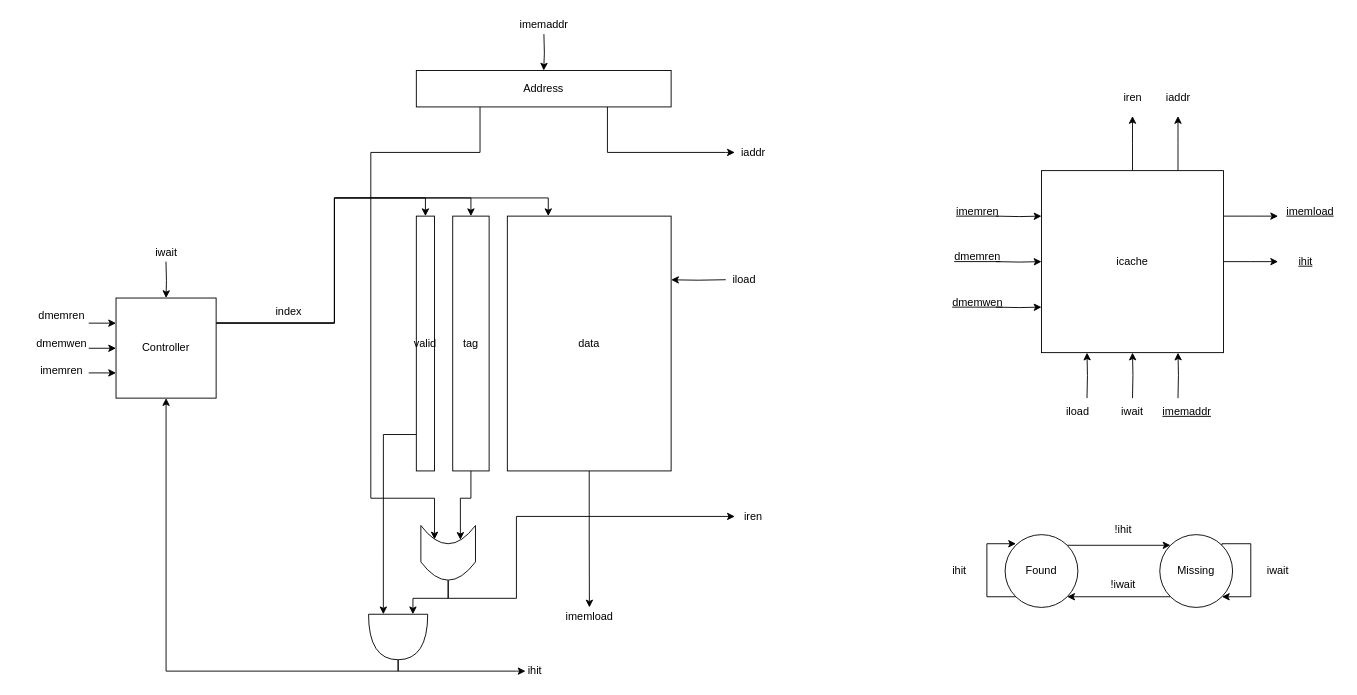
Before: page "Page-1" (1 of 2) of Caches.drawio in dsrasheed/ece437, a draw.io diagram. Source tidied: cells renumbered, new cells numbered last; positions are measured from the earlier drawing's top-left corner, leaving out a move shared by most shapes. Both pictures are drawn from the tidied source at 91%, with x=0, y=0 at pixel (29, 15).
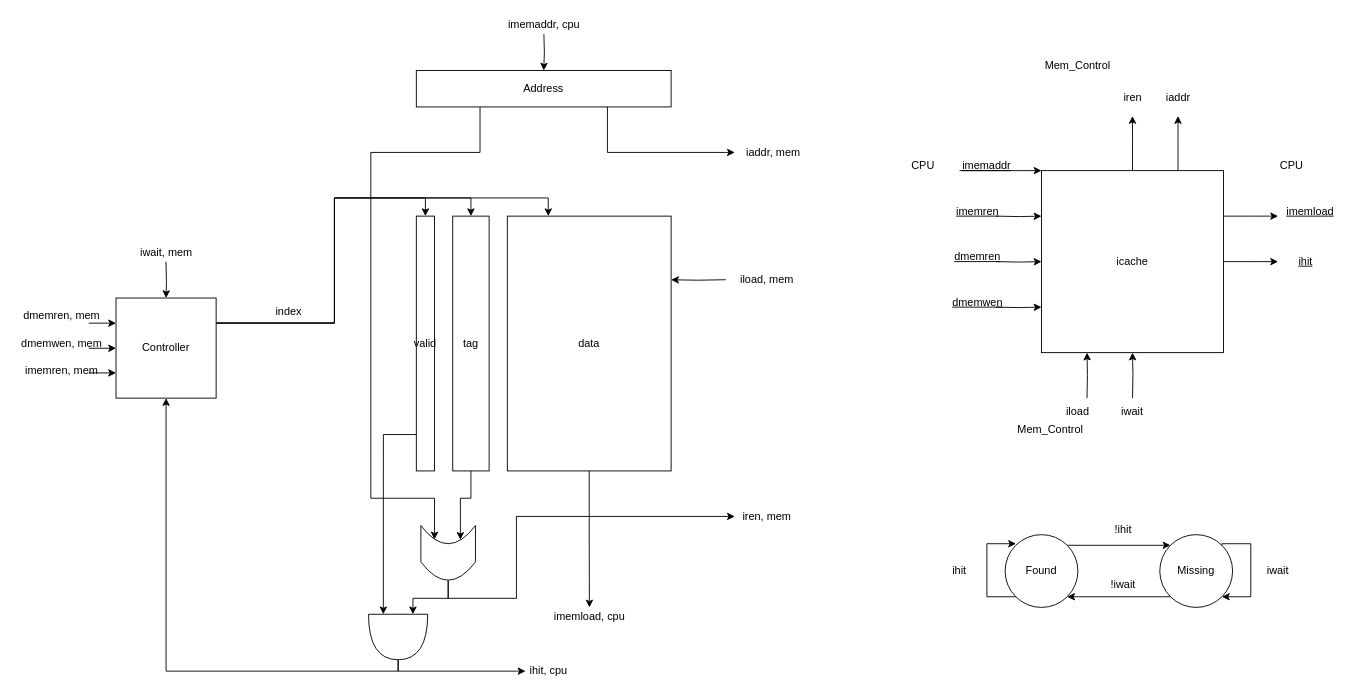
The same page after the edit.

The change refers to these unchanged cells:
```xml
<mxCell id="12" value="icache" style="whiteSpace=wrap;html=1;" parent="1" vertex="1">
  <mxGeometry x="1112" y="170" width="200" height="200" as="geometry" />
</mxCell>
```

What changed in the source:
```diff
@@
-    <mxCell id="7" style="edgeStyle=orthogonalEdgeStyle;rounded=0;jettySize=auto;html=1;exitX=0.75;exitY=1;exitDx=0;exitDy=0;entryX=0.75;entryY=1;entryDx=0;entryDy=0;" parent="1" edge="1" target="12">
-      <mxGeometry relative="1" as="geometry">
-        <mxPoint x="1262" y="420" as="sourcePoint" />
-      </mxGeometry>
-    </mxCell>
@@
+    <mxCell id="69" style="edgeStyle=orthogonalEdgeStyle;rounded=0;jettySize=auto;html=1;exitX=0;exitY=0;exitDx=0;exitDy=0;entryX=0;entryY=0;entryDx=0;entryDy=0;" parent="1" edge="1" target="12">
+      <mxGeometry relative="1" as="geometry">
+        <mxPoint x="1022" y="170" as="sourcePoint" />
+        <Array as="points">
+          <mxPoint x="1092" y="170" />
+          <mxPoint x="1092" y="170" />
+        </Array>
+      </mxGeometry>
+    </mxCell>
@@
     <mxCell id="18" value="&lt;u&gt;imemaddr&lt;/u&gt;" style="text;html=1;strokeColor=none;fillColor=none;align=center;verticalAlign=middle;whiteSpace=wrap;rounded=0;" parent="1" vertex="1">
-      <mxGeometry x="1242" y="420" width="60" height="30" as="geometry" />
+      <mxGeometry x="1022" y="150" width="60" height="30" as="geometry" />
     </mxCell>
@@
-    <mxCell id="50" value="ihit" style="text;html=1;align=center;verticalAlign=middle;strokeColor=none;fillColor=none;" parent="1" vertex="1">
-      <mxGeometry x="540" y="710" width="30" height="20" as="geometry" />
+    <mxCell id="50" value="ihit, cpu" style="text;html=1;align=center;verticalAlign=middle;strokeColor=none;fillColor=none;" parent="1" vertex="1">
+      <mxGeometry x="540" y="710" width="60" height="20" as="geometry" />
     </mxCell>
-    <mxCell id="51" value="imemload" style="text;html=1;align=center;verticalAlign=middle;strokeColor=none;fillColor=none;" parent="1" vertex="1">
-      <mxGeometry x="580" y="650" width="70" height="20" as="geometry" />
+    <mxCell id="51" value="imemload, cpu" style="text;html=1;align=center;verticalAlign=middle;strokeColor=none;fillColor=none;" parent="1" vertex="1">
+      <mxGeometry x="570" y="650" width="90" height="20" as="geometry" />
     </mxCell>
-    <mxCell id="52" value="iload" style="text;html=1;align=center;verticalAlign=middle;strokeColor=none;fillColor=none;" parent="1" vertex="1">
-      <mxGeometry x="765" y="280" width="40" height="20" as="geometry" />
+    <mxCell id="52" value="iload, mem" style="text;html=1;align=center;verticalAlign=middle;strokeColor=none;fillColor=none;" parent="1" vertex="1">
+      <mxGeometry x="775" y="280" width="70" height="20" as="geometry" />
     </mxCell>
-    <mxCell id="53" value="iren" style="text;html=1;align=center;verticalAlign=middle;strokeColor=none;fillColor=none;" parent="1" vertex="1">
-      <mxGeometry x="775" y="540" width="40" height="20" as="geometry" />
+    <mxCell id="53" value="iren, mem" style="text;html=1;align=center;verticalAlign=middle;strokeColor=none;fillColor=none;" parent="1" vertex="1">
+      <mxGeometry x="775" y="540" width="70" height="20" as="geometry" />
     </mxCell>
-    <mxCell id="54" value="imemaddr" style="text;html=1;align=center;verticalAlign=middle;strokeColor=none;fillColor=none;" parent="1" vertex="1">
-      <mxGeometry x="530" width="70" height="20" as="geometry" />
+    <mxCell id="54" value="imemaddr, cpu" style="text;html=1;align=center;verticalAlign=middle;strokeColor=none;fillColor=none;" parent="1" vertex="1">
+      <mxGeometry x="520" width="90" height="20" as="geometry" />
     </mxCell>
-    <mxCell id="55" value="iaddr" style="text;html=1;align=center;verticalAlign=middle;strokeColor=none;fillColor=none;" parent="1" vertex="1">
-      <mxGeometry x="775" y="140" width="40" height="20" as="geometry" />
+    <mxCell id="55" value="iaddr, mem" style="text;html=1;align=center;verticalAlign=middle;strokeColor=none;fillColor=none;" parent="1" vertex="1">
+      <mxGeometry x="782" y="140" width="70" height="20" as="geometry" />
     </mxCell>
@@
-    <mxCell id="65" value="dmemren" style="text;html=1;align=center;verticalAlign=middle;strokeColor=none;fillColor=none;" parent="1" vertex="1">
-      <mxGeometry y="320" width="70" height="20" as="geometry" />
+    <mxCell id="65" value="dmemren, mem" style="text;html=1;align=center;verticalAlign=middle;strokeColor=none;fillColor=none;" parent="1" vertex="1">
+      <mxGeometry x="-15" y="320" width="100" height="20" as="geometry" />
     </mxCell>
-    <mxCell id="66" value="dmemwen" style="text;html=1;align=center;verticalAlign=middle;strokeColor=none;fillColor=none;" parent="1" vertex="1">
-      <mxGeometry y="350" width="70" height="20" as="geometry" />
+    <mxCell id="66" value="dmemwen, mem" style="text;html=1;align=center;verticalAlign=middle;strokeColor=none;fillColor=none;" parent="1" vertex="1">
+      <mxGeometry x="-15" y="350" width="100" height="20" as="geometry" />
     </mxCell>
-    <mxCell id="67" value="imemren" style="text;html=1;align=center;verticalAlign=middle;strokeColor=none;fillColor=none;" parent="1" vertex="1">
-      <mxGeometry x="5" y="380" width="60" height="20" as="geometry" />
+    <mxCell id="67" value="imemren, mem" style="text;html=1;align=center;verticalAlign=middle;strokeColor=none;fillColor=none;" parent="1" vertex="1">
+      <mxGeometry x="-15" y="380" width="100" height="20" as="geometry" />
     </mxCell>
-    <mxCell id="68" value="iwait" style="text;html=1;align=center;verticalAlign=middle;strokeColor=none;fillColor=none;" parent="1" vertex="1">
-      <mxGeometry x="130" y="250" width="40" height="20" as="geometry" />
+    <mxCell id="68" value="iwait, mem" style="text;html=1;align=center;verticalAlign=middle;strokeColor=none;fillColor=none;" parent="1" vertex="1">
+      <mxGeometry x="115" y="250" width="70" height="20" as="geometry" />
     </mxCell>
+    <mxCell id="70" value="CPU" style="text;html=1;strokeColor=none;fillColor=none;align=center;verticalAlign=middle;whiteSpace=wrap;rounded=0;" parent="1" vertex="1">
+      <mxGeometry x="952" y="150" width="60" height="30" as="geometry" />
+    </mxCell>
+    <mxCell id="71" value="CPU" style="text;html=1;strokeColor=none;fillColor=none;align=center;verticalAlign=middle;whiteSpace=wrap;rounded=0;" parent="1" vertex="1">
+      <mxGeometry x="1357" y="150" width="60" height="30" as="geometry" />
+    </mxCell>
+    <mxCell id="72" value="Mem_Control" style="text;html=1;strokeColor=none;fillColor=none;align=center;verticalAlign=middle;whiteSpace=wrap;rounded=0;" parent="1" vertex="1">
+      <mxGeometry x="1122" y="40" width="60" height="30" as="geometry" />
+    </mxCell>
+    <mxCell id="73" value="Mem_Control" style="text;html=1;strokeColor=none;fillColor=none;align=center;verticalAlign=middle;whiteSpace=wrap;rounded=0;" parent="1" vertex="1">
+      <mxGeometry x="1092" y="440" width="60" height="30" as="geometry" />
+    </mxCell>
```
